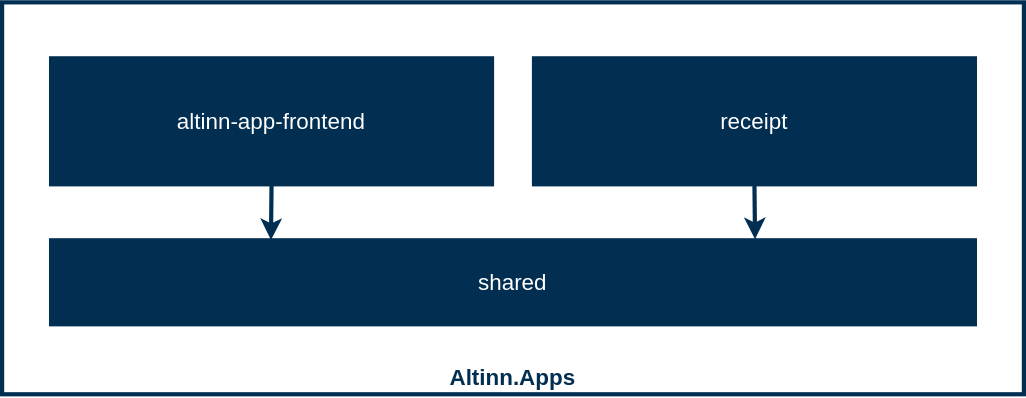
This is content/teknologi/altinnstudio/development/handbook/front-end/getting-started/structure-apps.drawio.svg from Altinn/altinn-studio-docs, a draw.io export, as it was before one commit. Source tidied: cells renumbered, new cells last; positions are measured from the earlier drawing's top-left corner, leaving out a move shared by most shapes.
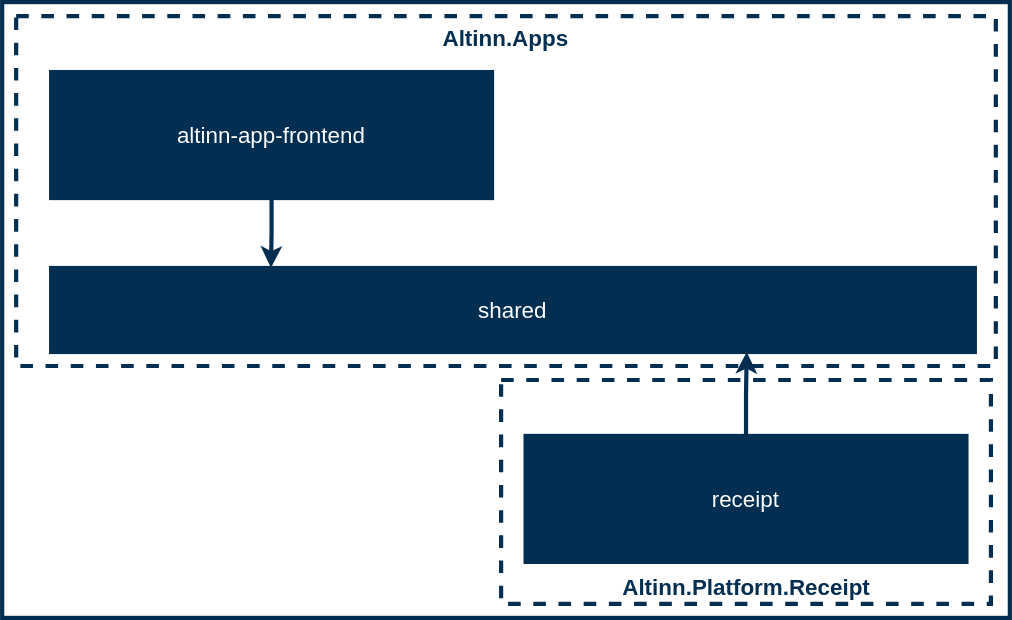
The same file after the commit.

Change to the diagram source:
```diff
@@ -2,23 +2,31 @@
   <root>
     <mxCell id="0" />
     <mxCell id="1" parent="0" />
-    <mxCell id="2" value="Altinn.Apps" style="rounded=0;whiteSpace=wrap;html=1;verticalAlign=bottom;fontStyle=1;fontSize=16;strokeWidth=3;fontColor=#022F51;strokeColor=#022F51;" parent="1" vertex="1">
-      <mxGeometry width="730" height="280" as="geometry" />
+    <mxCell id="2" style="rounded=0;whiteSpace=wrap;html=1;verticalAlign=bottom;fontStyle=1;fontSize=16;strokeWidth=3;fontColor=#022F51;strokeColor=#022F51;" parent="1" vertex="1">
+      <mxGeometry y="-20" width="720" height="440" as="geometry" />
     </mxCell>
+    <mxCell id="8" value="Altinn.Apps" style="rounded=0;whiteSpace=wrap;html=1;verticalAlign=top;fontStyle=1;fontSize=16;strokeWidth=3;fontColor=#022F51;strokeColor=#022F51;fillColor=none;dashed=1;" parent="1" vertex="1">
+      <mxGeometry x="10" y="-10" width="700" height="250" as="geometry" />
+    </mxCell>
     <mxCell id="3" style="edgeStyle=orthogonalEdgeStyle;rounded=0;jettySize=auto;html=1;exitX=0.5;exitY=1;exitDx=0;exitDy=0;entryX=0.238;entryY=-0.003;entryDx=0;entryDy=0;entryPerimeter=0;strokeWidth=3;strokeColor=#022F51;" parent="1" edge="1" source="4" target="5">
       <mxGeometry relative="1" as="geometry" />
     </mxCell>
     <mxCell id="4" value="altinn-app-frontend" style="rounded=0;whiteSpace=wrap;html=1;fontSize=16;strokeWidth=3;fontColor=#FFFFFF;strokeColor=#022F51;fillColor=#022F51;" parent="1" vertex="1">
-      <mxGeometry x="35" y="40" width="315" height="90" as="geometry" />
+      <mxGeometry x="35" y="30" width="315" height="90" as="geometry" />
     </mxCell>
     <mxCell id="5" value="shared" style="rounded=0;whiteSpace=wrap;html=1;fontSize=16;strokeWidth=3;fontColor=#FFFFFF;strokeColor=#022F51;fillColor=#022F51;" parent="1" vertex="1">
       <mxGeometry x="35" y="170" width="660" height="60" as="geometry" />
     </mxCell>
-    <mxCell id="6" style="edgeStyle=orthogonalEdgeStyle;rounded=0;jettySize=auto;html=1;exitX=0.5;exitY=1;exitDx=0;exitDy=0;entryX=0.762;entryY=-0.013;entryDx=0;entryDy=0;entryPerimeter=0;strokeWidth=3;strokeColor=#022F51;" parent="1" edge="1" source="7" target="5">
-      <mxGeometry relative="1" as="geometry" />
+    <mxCell id="6" style="edgeStyle=orthogonalEdgeStyle;rounded=0;jettySize=auto;html=1;exitX=0.5;exitY=0;exitDx=0;exitDy=0;strokeWidth=3;strokeColor=#022F51;" parent="1" edge="1" source="7">
+      <mxGeometry relative="1" as="geometry">
+        <mxPoint x="532" y="230" as="targetPoint" />
+      </mxGeometry>
     </mxCell>
     <mxCell id="7" value="receipt" style="rounded=0;whiteSpace=wrap;html=1;fontSize=16;strokeWidth=3;fontColor=#FFFFFF;strokeColor=#022F51;fillColor=#022F51;" parent="1" vertex="1">
-      <mxGeometry x="380" y="40" width="315" height="90" as="geometry" />
+      <mxGeometry x="374" y="290" width="315" height="90" as="geometry" />
     </mxCell>
+    <mxCell id="9" value="Altinn.Platform.Receipt" style="rounded=0;whiteSpace=wrap;html=1;verticalAlign=bottom;fontStyle=1;fontSize=16;strokeWidth=3;fontColor=#022F51;strokeColor=#022F51;fillColor=none;dashed=1;" parent="1" vertex="1">
+      <mxGeometry x="356.5" y="250" width="350" height="160" as="geometry" />
+    </mxCell>
   </root>
 </mxGraphModel>
```
